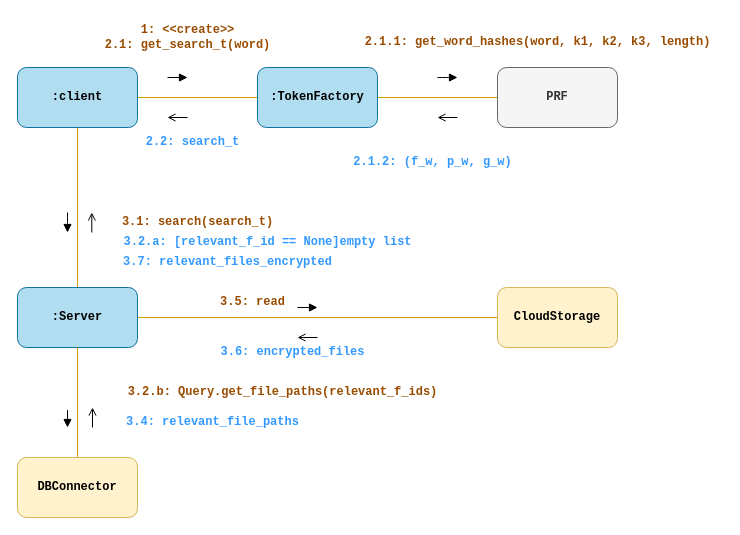
This is page "search-communication" (1 of 4) of diagrams/behavioral/serevr-core.drawio from thisisel/dynamic-sse, a draw.io file, before an edit. Source tidied: cells renumbered, new cells numbered last; positions are measured from the earlier drawing's top-left corner, leaving out a move shared by most shapes. Both pictures are drawn from the tidied source at 100%, with x=0, y=0 at pixel (17, 17).
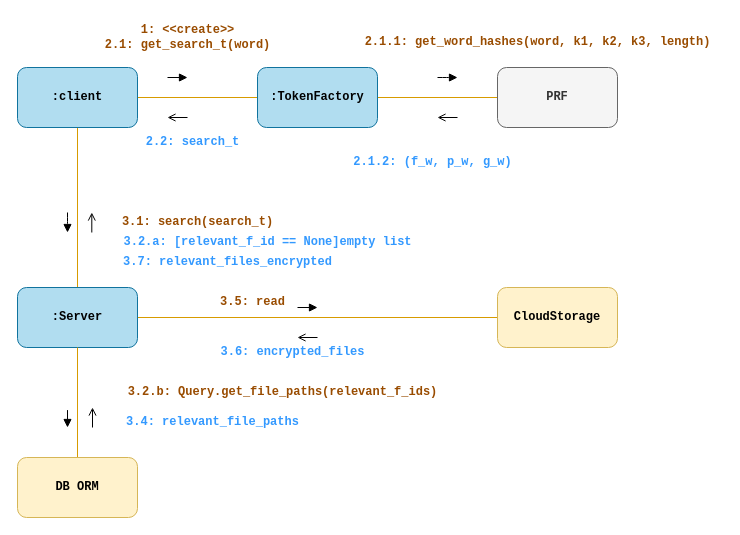
The same diagram, later.

The edit, as a diff of the source:
```diff
@@
-    <mxCell id="23" value="DBConnector" style="whiteSpace=wrap;html=1;fontFamily=Courier New;fillColor=#fff2cc;strokeColor=#d6b656;rounded=1;fontStyle=1;" parent="1" vertex="1">
+    <mxCell id="23" value="DB ORM" style="whiteSpace=wrap;html=1;fontFamily=Courier New;fillColor=#fff2cc;strokeColor=#d6b656;rounded=1;fontStyle=1;" parent="1" vertex="1">
       <mxGeometry y="440" width="120" height="60" as="geometry" />
     </mxCell>
```
